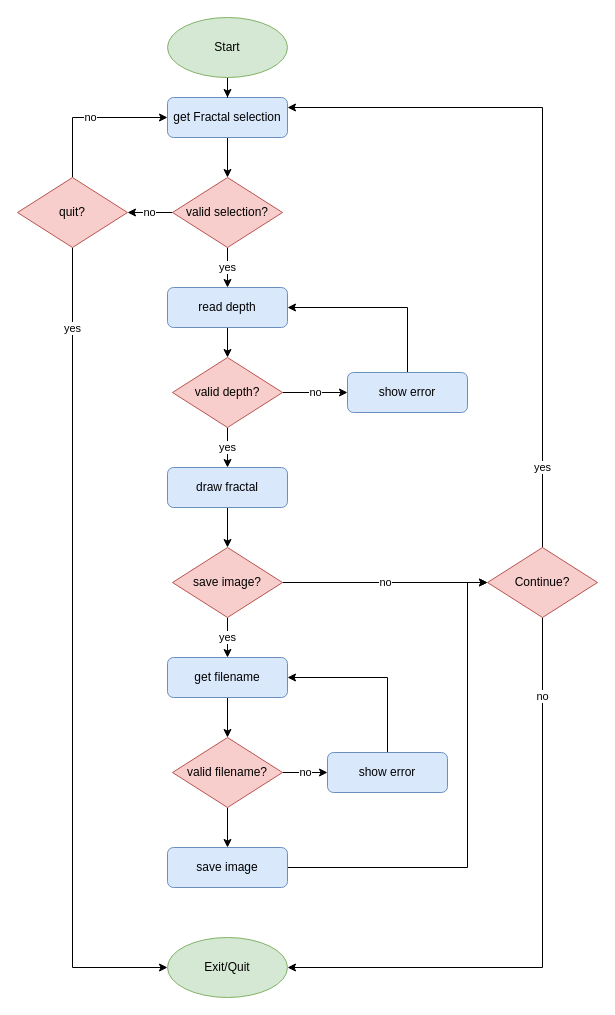
Earlier version of the draw.io diagram Portfolio/diagramme/main_grob_algorithmus.drawio (jonahsebright/EFI). Source tidied: cells renumbered, new cells numbered last; positions are measured from the earlier drawing's top-left corner, leaving out a move shared by most shapes. Both pictures are drawn from the tidied source at 100%, with x=0, y=0 at pixel (17, 17).
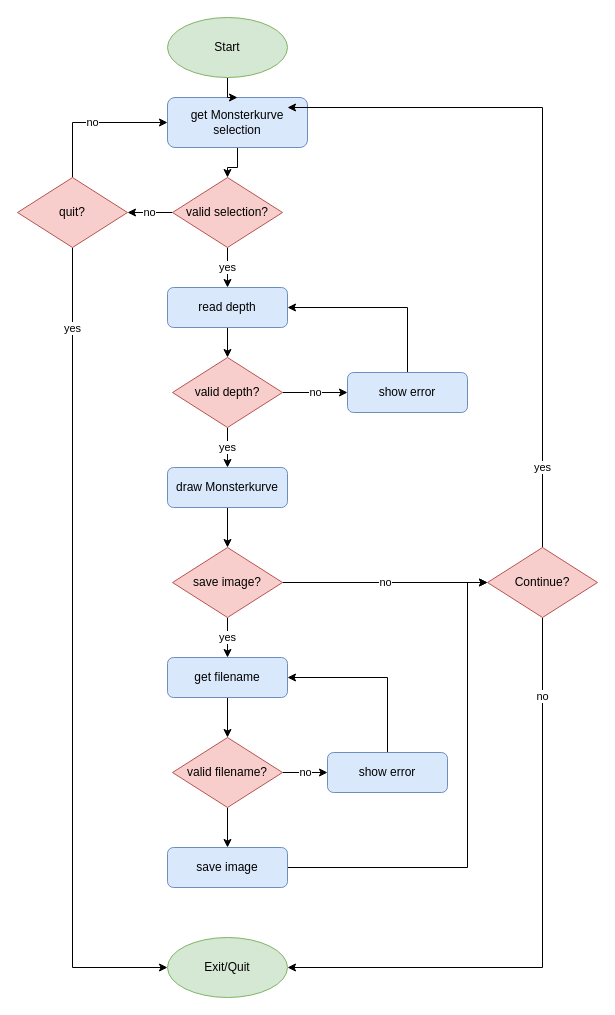
The same page after the edit.

Diff of the diagram source:
```diff
@@
-    <mxCell id="3" value="get Fractal selection" style="rounded=1;whiteSpace=wrap;html=1;fontSize=12;glass=0;strokeWidth=1;shadow=0;fillColor=#dae8fc;strokeColor=#6c8ebf;" parent="1" vertex="1">
-      <mxGeometry x="150" y="80" width="120" height="40" as="geometry" />
+    <mxCell id="3" value="get Monsterkurve selection" style="rounded=1;whiteSpace=wrap;html=1;fontSize=12;glass=0;strokeWidth=1;shadow=0;fillColor=#dae8fc;strokeColor=#6c8ebf;" parent="1" vertex="1">
+      <mxGeometry x="150" y="80" width="140" height="50" as="geometry" />
     </mxCell>
@@
-    <mxCell id="21" value="draw fractal" style="rounded=1;whiteSpace=wrap;html=1;fontSize=12;glass=0;strokeWidth=1;shadow=0;fillColor=#dae8fc;strokeColor=#6c8ebf;" parent="1" vertex="1">
+    <mxCell id="21" value="draw Monsterkurve" style="rounded=1;whiteSpace=wrap;html=1;fontSize=12;glass=0;strokeWidth=1;shadow=0;fillColor=#dae8fc;strokeColor=#6c8ebf;" parent="1" vertex="1">
       <mxGeometry x="150" y="450" width="120" height="40" as="geometry" />
     </mxCell>
```
